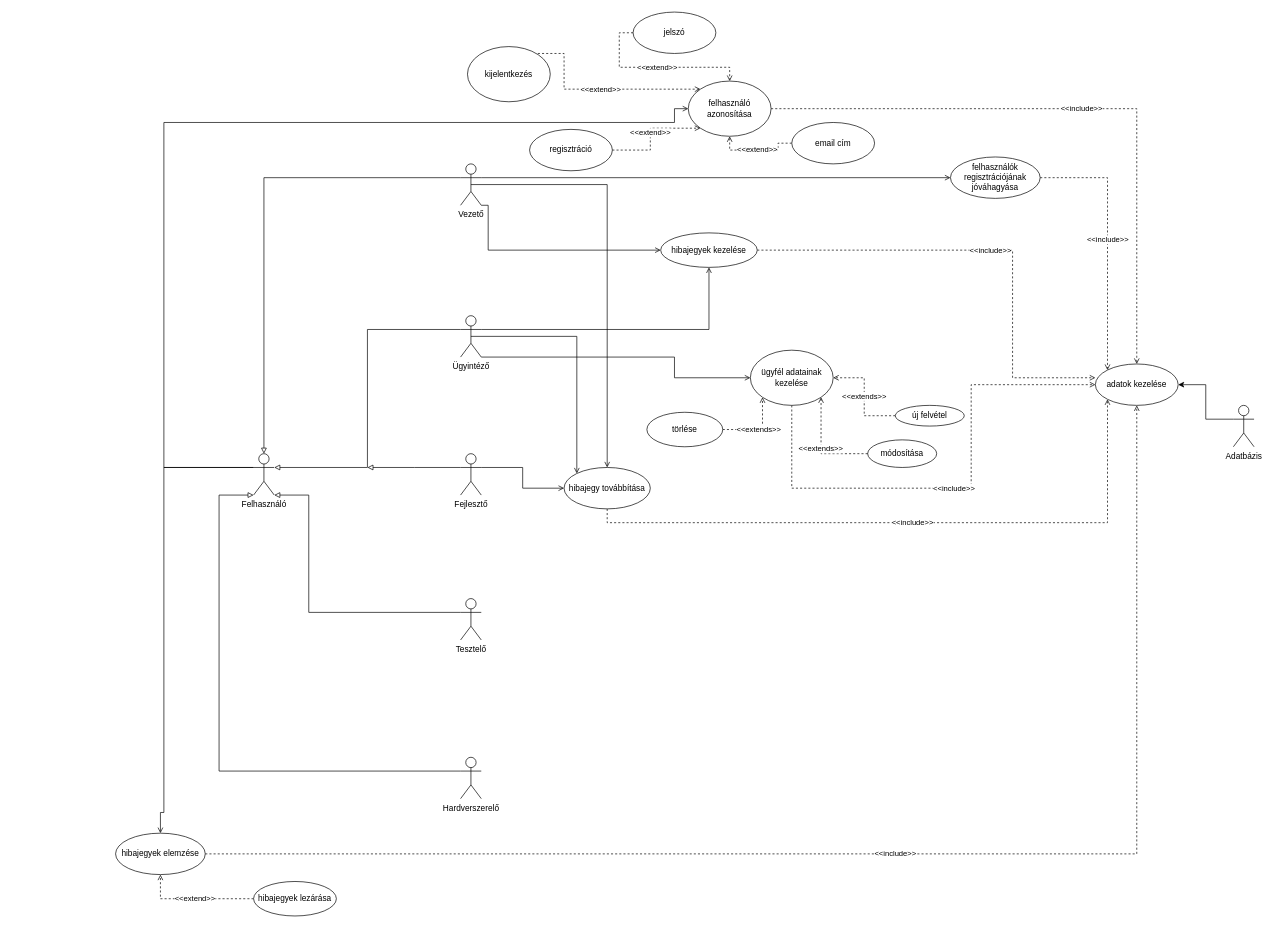
Earlier version of the draw.io diagram Untitled Diagram.drawio (UrbanRoland/CRM). Source tidied: cells renumbered, new cells numbered last; positions are measured from the earlier drawing's top-left corner, leaving out a move shared by most shapes. Both pictures are drawn from the tidied source at 69%, with x=0, y=0 at pixel (115, 12).
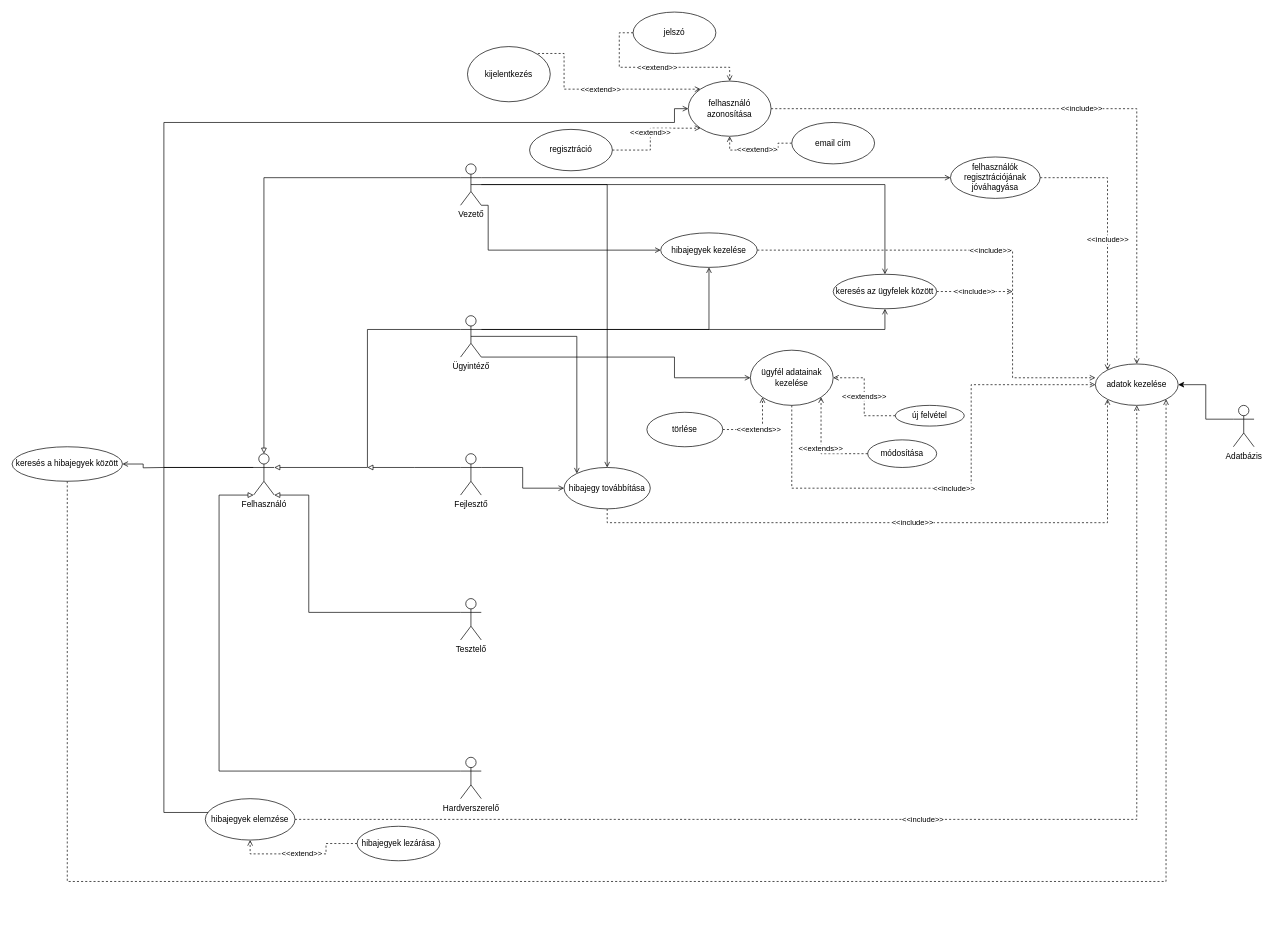
After the change.

Unchanged cells that the change refers to:
```xml
<mxCell id="12" value="Ügyintéző" style="shape=umlActor;verticalLabelPosition=bottom;labelBackgroundColor=#ffffff;verticalAlign=top;html=1;outlineConnect=0;" parent="1" vertex="1">
  <mxGeometry x="500" y="440" width="30" height="60" as="geometry" />
</mxCell>
<mxCell id="15" value="adatok kezelése" style="ellipse;whiteSpace=wrap;html=1;" parent="1" vertex="1">
  <mxGeometry x="1420" y="510" width="120" height="60" as="geometry" />
</mxCell>
<mxCell id="20" value="Vezető" style="shape=umlActor;verticalLabelPosition=bottom;labelBackgroundColor=#ffffff;verticalAlign=top;html=1;outlineConnect=0;" parent="1" vertex="1">
  <mxGeometry x="500" y="220" width="30" height="60" as="geometry" />
</mxCell>
```

Diff of the diagram source:
```diff
@@
+    <mxCell id="53" style="edgeStyle=orthogonalEdgeStyle;rounded=0;jettySize=auto;html=1;endArrow=open;endFill=0;" parent="1" edge="1" source="12" target="57">
+      <mxGeometry relative="1" as="geometry">
+        <Array as="points">
+          <mxPoint x="1115" y="460" />
+        </Array>
+      </mxGeometry>
+    </mxCell>
@@
+    <mxCell id="54" style="edgeStyle=orthogonalEdgeStyle;rounded=0;jettySize=auto;html=1;endArrow=open;endFill=0;entryX=0.5;entryY=0;entryDx=0;entryDy=0;" parent="1" edge="1" source="20" target="57">
+      <mxGeometry relative="1" as="geometry" />
+    </mxCell>
@@
+    <mxCell id="55" style="edgeStyle=orthogonalEdgeStyle;rounded=0;jettySize=auto;html=1;entryX=1;entryY=0.5;entryDx=0;entryDy=0;endArrow=open;endFill=0;" parent="1" edge="1" target="59">
+      <mxGeometry relative="1" as="geometry">
+        <mxPoint x="70" y="660" as="sourcePoint" />
+      </mxGeometry>
+    </mxCell>
@@
     <mxCell id="46" value="hibajegyek elemzése" style="ellipse;whiteSpace=wrap;html=1;" parent="1" vertex="1">
-      <mxGeometry y="1190" width="130" height="60" as="geometry" />
+      <mxGeometry x="130" y="1140" width="130" height="60" as="geometry" />
     </mxCell>
@@
     <mxCell id="48" value="hibajegyek lezárása" style="ellipse;whiteSpace=wrap;html=1;" parent="1" vertex="1">
-      <mxGeometry x="200" y="1260" width="120" height="50" as="geometry" />
+      <mxGeometry x="350" y="1180" width="120" height="50" as="geometry" />
     </mxCell>
@@
+    <mxCell id="56" value="&amp;lt;&amp;lt;include&amp;gt;&amp;gt;" style="edgeStyle=orthogonalEdgeStyle;rounded=0;jettySize=auto;html=1;endArrow=open;endFill=0;dashed=1;" parent="1" edge="1" source="57">
+      <mxGeometry relative="1" as="geometry">
+        <mxPoint x="1300" y="405" as="targetPoint" />
+      </mxGeometry>
+    </mxCell>
+    <mxCell id="57" value="keresés az ügyfelek között" style="ellipse;whiteSpace=wrap;html=1;" parent="1" vertex="1">
+      <mxGeometry x="1040" y="380" width="150" height="50" as="geometry" />
+    </mxCell>
+    <mxCell id="58" style="edgeStyle=orthogonalEdgeStyle;rounded=0;jettySize=auto;html=1;endArrow=open;endFill=0;entryX=1;entryY=1;entryDx=0;entryDy=0;dashed=1;" parent="1" edge="1" source="59" target="15">
+      <mxGeometry relative="1" as="geometry">
+        <Array as="points">
+          <mxPoint x="-70" y="1260" />
+          <mxPoint x="1522" y="1260" />
+        </Array>
+      </mxGeometry>
+    </mxCell>
+    <mxCell id="59" value="keresés a hibajegyek között" style="ellipse;whiteSpace=wrap;html=1;" parent="1" vertex="1">
+      <mxGeometry x="-150" y="630" width="160" height="50" as="geometry" />
+    </mxCell>
```
